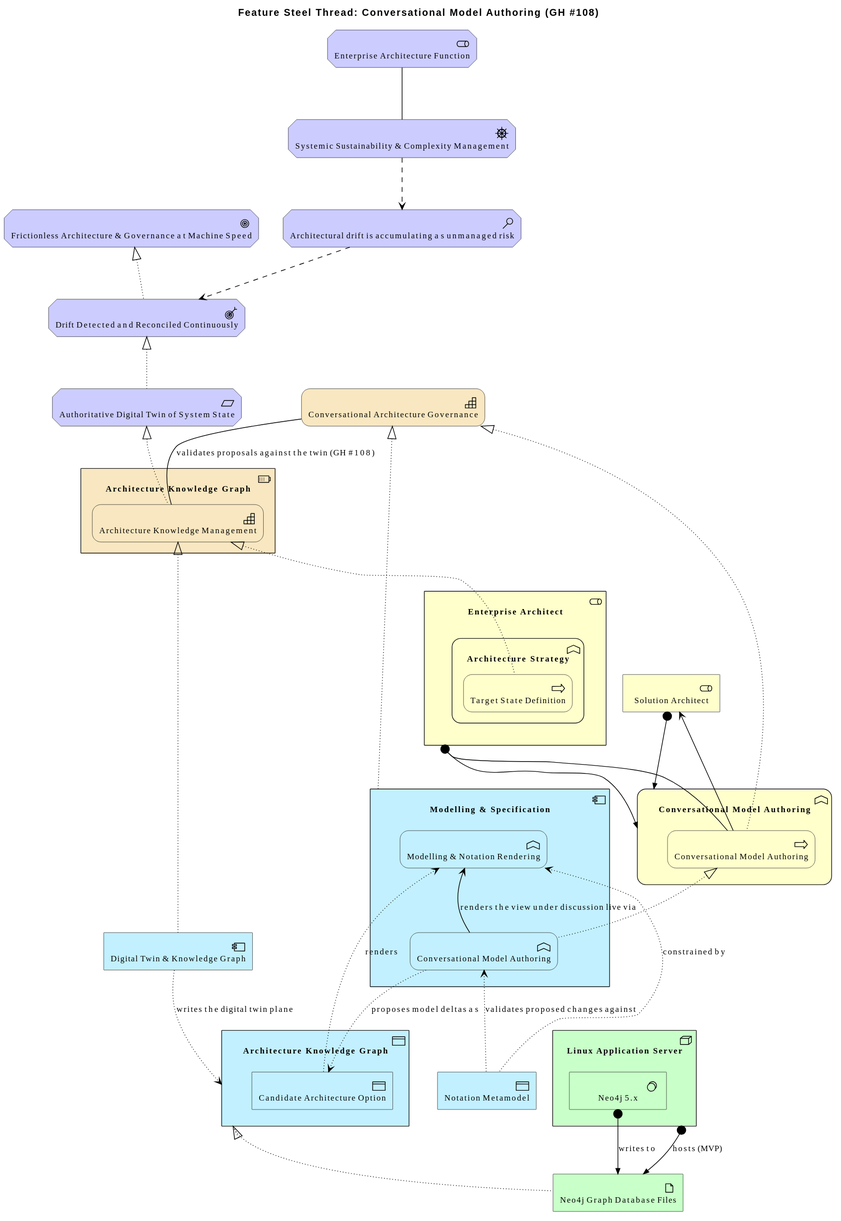
Before: architecture/model/diagrams/layered/fn-conversational-authoring.svg, a diagram exported from PlantUML (wolffy-au/frictionless-architect).
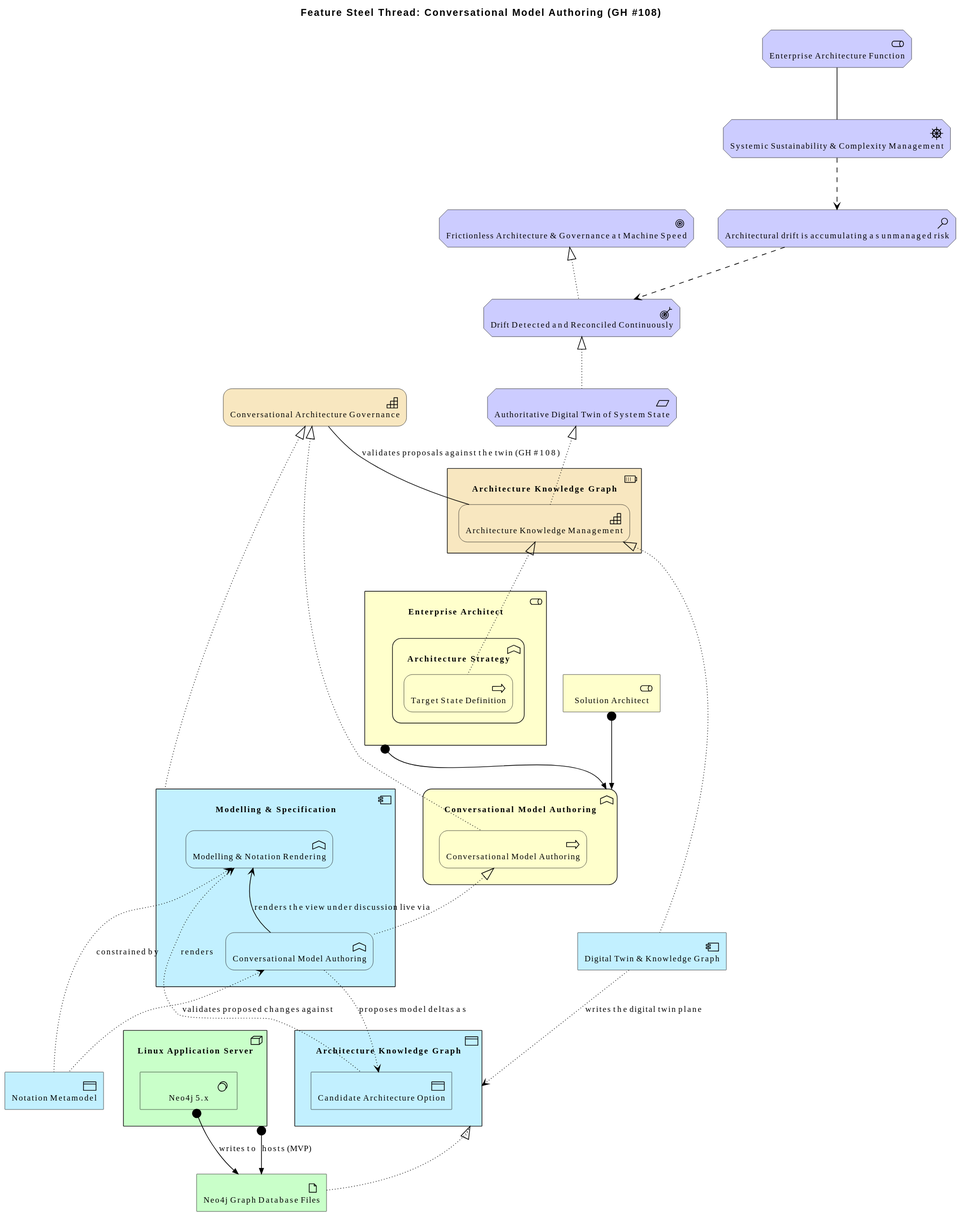
Later version of the same file.

What changed in the source:
```diff
@@ -56,8 +56,6 @@
 Rel_Access_w(e_id7cc5a30769435c, e_ide500d303f47455, "proposes model deltas as")
 Rel_Serving_Up(e_id7cc5a30769435c, e_id3a42c87ebb235a, "renders the view under discussion live via")
 Rel_Realization_Up(e_id7cc5a30769435c, e_id5959dd7c3bbe59, "")
-Rel_Serving_Up(e_id5959dd7c3bbe59, e_id2b5394f913985a, "")
-Rel_Serving_Up(e_id5959dd7c3bbe59, e_ide2cb7f3efa6256, "")
 Rel_Assignment(e_id87c8b07cea4751, e_id420f57c4d41e52, "hosts (MVP)")
 Rel_Assignment(e_id625e631f1f715e, e_id420f57c4d41e52, "writes to")
 Rel_Realization_Up(e_id420f57c4d41e52, e_id989d401ffdae55, "")
```
